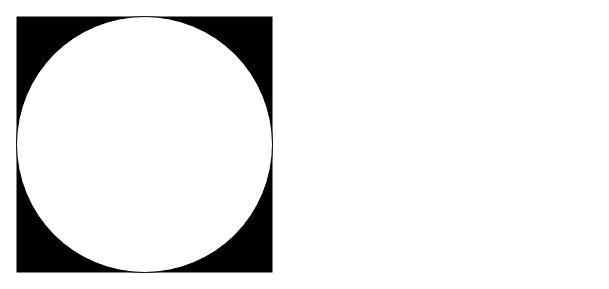
naoto-github/ComputerGraphics-NCU keeps this draw.io diagram as 5/drawio/chapter5.drawio. Above is the earlier version. Source tidied: cells renumbered, new cells numbered last; positions are measured from the earlier drawing's top-left corner, leaving out a move shared by most shapes. Both pictures are drawn from the tidied source at 100%, with x=0, y=0 at pixel (16, 16).
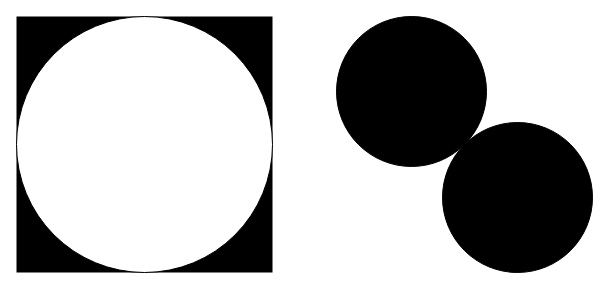
The same diagram, later.

Diff of the diagram source:
```diff
@@
 <mxGraphModel>
   <root>
     <mxCell id="0" />
     <mxCell id="1" parent="0" />
     <mxCell id="2" style="rounded=0;whiteSpace=wrap;html=1;strokeColor=none;fillColor=#000000;" parent="1" vertex="1">
       <mxGeometry width="256" height="256" as="geometry" />
     </mxCell>
     <mxCell id="3" style="ellipse;whiteSpace=wrap;html=1;" parent="1" vertex="1">
       <mxGeometry width="256" height="256" as="geometry" />
     </mxCell>
+    <mxCell id="4" style="rounded=0;whiteSpace=wrap;html=1;strokeColor=none;fillColor=#FFFFFF;" parent="1" vertex="1">
+      <mxGeometry x="320" width="256" height="256" as="geometry" />
+    </mxCell>
+    <mxCell id="5" style="ellipse;whiteSpace=wrap;html=1;fillColor=#000000;" parent="1" vertex="1">
+      <mxGeometry x="320" width="150" height="150" as="geometry" />
+    </mxCell>
+    <mxCell id="6" style="ellipse;whiteSpace=wrap;html=1;fillColor=#000000;" parent="1" vertex="1">
+      <mxGeometry x="426" y="106" width="150" height="150" as="geometry" />
+    </mxCell>
   </root>
 </mxGraphModel>
```
